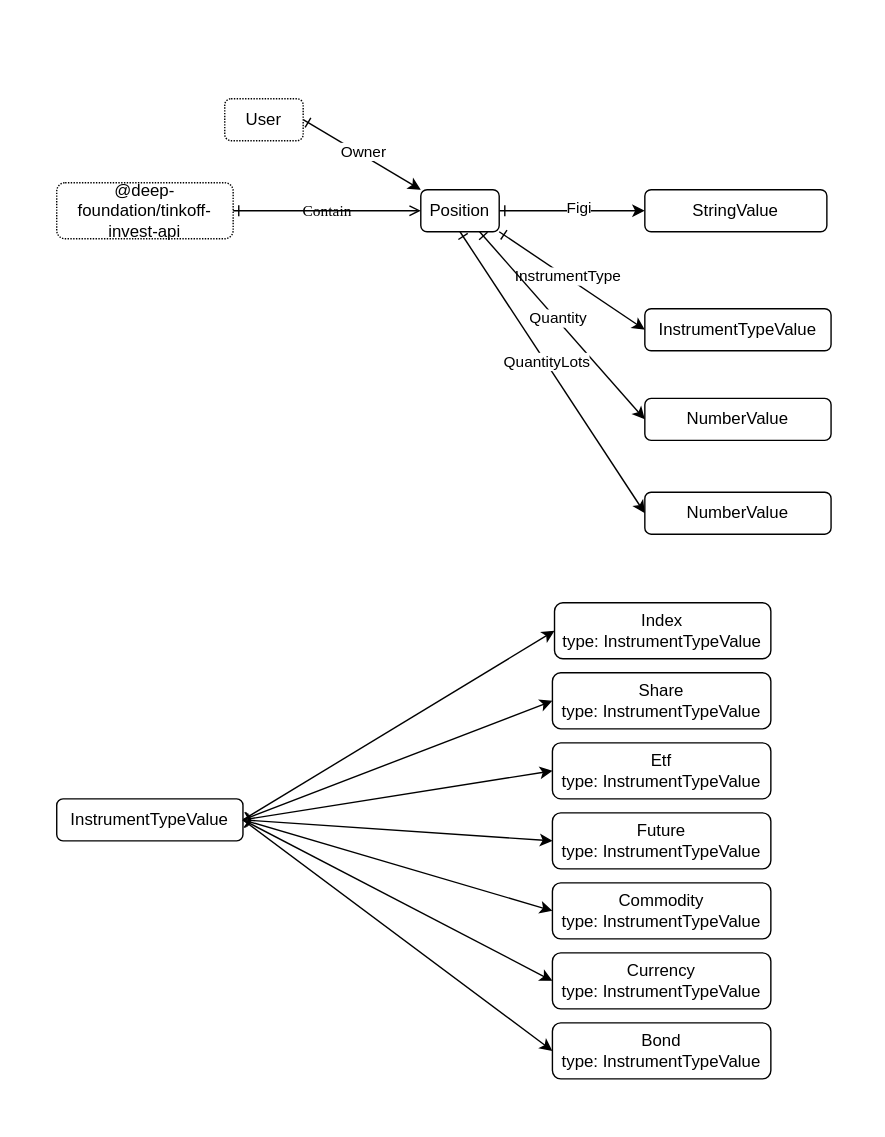
Before: drawio/Position.drawio.svg, a diagram exported from draw.io (suenot/deep-tinkoff-invest-api). Source tidied: cells renumbered, new cells last; positions are measured from the earlier drawing's top-left corner, leaving out a move shared by most shapes.
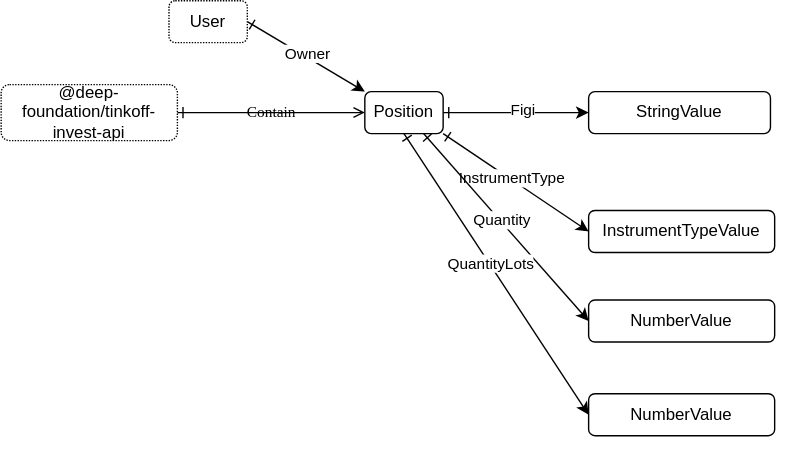
The same diagram one commit later.

What changed in the source:
```diff
@@ -3,7 +3,7 @@
     <mxCell id="0" />
     <mxCell id="1" parent="0" />
     <mxCell id="2" style="rounded=0;whiteSpace=wrap;html=1;dashed=1;dashPattern=1 1;strokeColor=none;" parent="1" vertex="1">
-      <mxGeometry width="630" height="810" as="geometry" />
+      <mxGeometry x="40" y="70" width="560" height="320" as="geometry" />
     </mxCell>
     <mxCell id="3" style="edgeStyle=none;html=1;exitX=1;exitY=0.5;exitDx=0;exitDy=0;startArrow=ERone;startFill=0;entryX=0;entryY=0;entryDx=0;entryDy=0;" parent="1" edge="1" source="5" target="8">
       <mxGeometry relative="1" as="geometry" />
@@ -32,51 +32,6 @@
     <mxCell id="11" value="Contain" style="jettySize=auto;html=1;shadow=0;labelBackgroundColor=none;startArrow=ERone;startFill=0;endArrow=open;endFill=0;fontColor=#000000;fontFamily=Comic Sans MS;entryX=0;entryY=0.5;entryDx=0;entryDy=0;exitX=1;exitY=0.5;exitDx=0;exitDy=0;" parent="1" edge="1" source="10" target="8">
       <mxGeometry relative="1" as="geometry" />
     </mxCell>
-    <mxCell id="12" style="edgeStyle=none;html=1;exitX=1;exitY=0.5;exitDx=0;exitDy=0;entryX=0;entryY=0.5;entryDx=0;entryDy=0;startArrow=ERone;startFill=0;" parent="1" edge="1" source="14" target="19">
-      <mxGeometry relative="1" as="geometry" />
-    </mxCell>
-    <mxCell id="13" style="edgeStyle=none;html=1;exitX=1;exitY=0.5;exitDx=0;exitDy=0;startArrow=ERone;startFill=0;entryX=0;entryY=0.5;entryDx=0;entryDy=0;" parent="1" edge="1" source="14" target="15">
-      <mxGeometry relative="1" as="geometry" />
-    </mxCell>
-    <mxCell id="14" value="InstrumentTypeValue" style="rounded=1;whiteSpace=wrap;html=1;labelBackgroundColor=none;" parent="1" vertex="1">
-      <mxGeometry x="40" y="570" width="133" height="30" as="geometry" />
-    </mxCell>
-    <mxCell id="15" value="Share&lt;br&gt;type: InstrumentTypeValue" style="rounded=1;whiteSpace=wrap;html=1;labelBackgroundColor=none;" parent="1" vertex="1">
-      <mxGeometry x="394" y="480" width="156" height="40" as="geometry" />
-    </mxCell>
-    <mxCell id="16" value="Etf&lt;br&gt;type: InstrumentTypeValue" style="rounded=1;whiteSpace=wrap;html=1;labelBackgroundColor=none;" parent="1" vertex="1">
-      <mxGeometry x="394" y="530" width="156" height="40" as="geometry" />
-    </mxCell>
-    <mxCell id="17" value="Future&lt;br&gt;type: InstrumentTypeValue" style="rounded=1;whiteSpace=wrap;html=1;labelBackgroundColor=none;" parent="1" vertex="1">
-      <mxGeometry x="394" y="580" width="156" height="40" as="geometry" />
-    </mxCell>
-    <mxCell id="18" value="Commodity&lt;br&gt;type: InstrumentTypeValue" style="rounded=1;whiteSpace=wrap;html=1;labelBackgroundColor=none;" parent="1" vertex="1">
-      <mxGeometry x="394" y="630" width="156" height="40" as="geometry" />
-    </mxCell>
-    <mxCell id="19" value="Index&lt;br&gt;type: InstrumentTypeValue" style="rounded=1;whiteSpace=wrap;html=1;labelBackgroundColor=none;" parent="1" vertex="1">
-      <mxGeometry x="395.5" y="430" width="154.5" height="40" as="geometry" />
-    </mxCell>
-    <mxCell id="20" value="Currency&lt;br&gt;type: InstrumentTypeValue" style="rounded=1;whiteSpace=wrap;html=1;labelBackgroundColor=none;" parent="1" vertex="1">
-      <mxGeometry x="394" y="680" width="156" height="40" as="geometry" />
-    </mxCell>
-    <mxCell id="21" value="Bond&lt;br&gt;type: InstrumentTypeValue" style="rounded=1;whiteSpace=wrap;html=1;labelBackgroundColor=none;" parent="1" vertex="1">
-      <mxGeometry x="394" y="730" width="156" height="40" as="geometry" />
-    </mxCell>
-    <mxCell id="22" style="edgeStyle=none;html=1;exitX=1;exitY=0.5;exitDx=0;exitDy=0;startArrow=ERone;startFill=0;entryX=0;entryY=0.5;entryDx=0;entryDy=0;" parent="1" edge="1" source="14" target="16">
-      <mxGeometry relative="1" as="geometry" />
-    </mxCell>
-    <mxCell id="23" style="edgeStyle=none;html=1;exitX=1;exitY=0.5;exitDx=0;exitDy=0;startArrow=ERone;startFill=0;entryX=0;entryY=0.5;entryDx=0;entryDy=0;" parent="1" edge="1" source="14" target="17">
-      <mxGeometry relative="1" as="geometry" />
-    </mxCell>
-    <mxCell id="24" style="edgeStyle=none;html=1;startArrow=ERone;startFill=0;exitX=1;exitY=0.5;exitDx=0;exitDy=0;entryX=0;entryY=0.5;entryDx=0;entryDy=0;" parent="1" edge="1" source="14" target="18">
-      <mxGeometry relative="1" as="geometry" />
-    </mxCell>
-    <mxCell id="25" style="edgeStyle=none;html=1;exitX=1;exitY=0.5;exitDx=0;exitDy=0;startArrow=ERone;startFill=0;entryX=0;entryY=0.5;entryDx=0;entryDy=0;" parent="1" edge="1" source="14" target="20">
-      <mxGeometry relative="1" as="geometry" />
-    </mxCell>
-    <mxCell id="26" style="edgeStyle=none;html=1;startArrow=ERone;startFill=0;exitX=1;exitY=0.5;exitDx=0;exitDy=0;entryX=0;entryY=0.5;entryDx=0;entryDy=0;" parent="1" edge="1" source="14" target="21">
-      <mxGeometry relative="1" as="geometry" />
-    </mxCell>
     <mxCell id="27" style="edgeStyle=none;html=1;exitX=1;exitY=1;exitDx=0;exitDy=0;startArrow=ERone;startFill=0;entryX=0;entryY=0.5;entryDx=0;entryDy=0;" parent="1" edge="1" source="8" target="29">
       <mxGeometry relative="1" as="geometry" />
     </mxCell>
```
